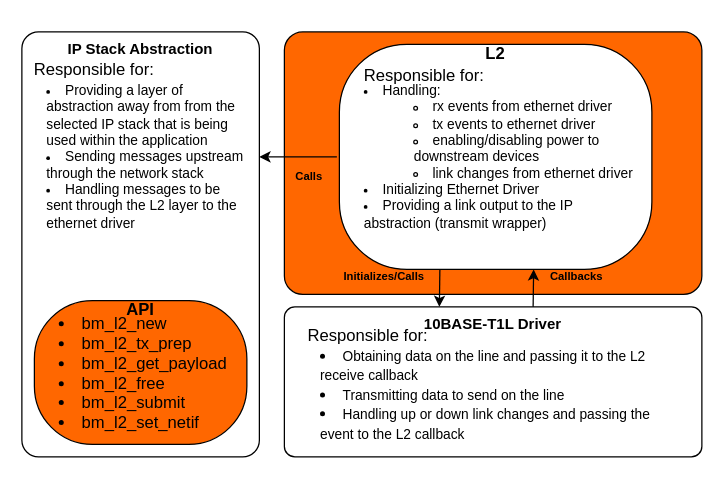
Earlier version of the draw.io diagram docs/reference/l2.drawio (bristlemouth/bm_core). Source tidied: cells renumbered, new cells numbered last; positions are measured from the earlier drawing's top-left corner, leaving out a move shared by most shapes. Both pictures are drawn from the tidied source at 125%, with x=0, y=0 at pixel (21, 21).
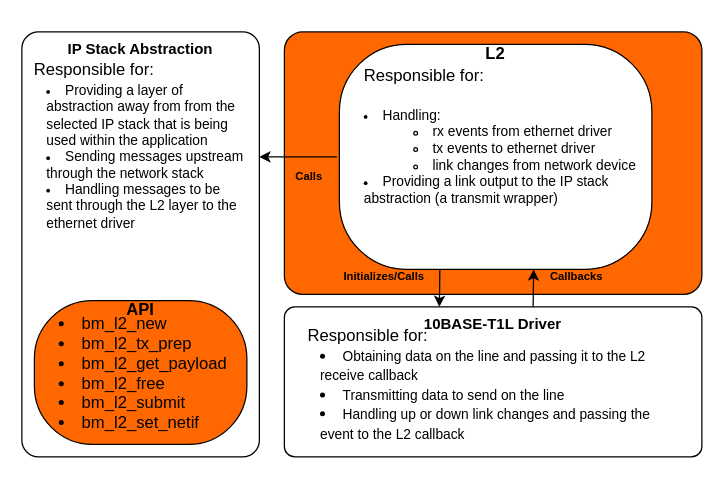
After the change.

Unchanged cells that the change refers to:
```xml
<mxCell id="4" value="L2" style="html=1;overflow=block;blockSpacing=1;whiteSpace=wrap;fontSize=13.3;fontStyle=1;spacing=0;strokeColor=#000000;fillOpacity=100;rounded=1;absoluteArcSize=1;arcSize=108;fillColor=#FFFFFF;strokeWidth=NaN;lucidId=lJpaGHonDv_a;verticalAlign=top;fontColor=#000000;" parent="1" vertex="1">
  <mxGeometry x="254" y="18" width="250" height="180" as="geometry" />
</mxCell>
```

Diff of the diagram source:
```diff
@@
-    <mxCell id="6" value="&lt;ul style=&quot;margin: 0px; padding-left: 10px; list-style-position: inside; list-style-type: disc; font-size: 11px;&quot;&gt;&lt;li style=&quot;text-align: left;&quot;&gt;Handling:&lt;/li&gt;&lt;ul&gt;&lt;li style=&quot;text-align: left;&quot;&gt;rx events from ethernet driver&lt;/li&gt;&lt;li style=&quot;text-align: left;&quot;&gt;tx events to ethernet driver&lt;/li&gt;&lt;li style=&quot;text-align: left;&quot;&gt;enabling/disabling power to downstream devices&lt;/li&gt;&lt;li style=&quot;text-align: left;&quot;&gt;link changes from ethernet driver&lt;/li&gt;&lt;/ul&gt;&lt;li style=&quot;text-align: left;&quot;&gt;&lt;span style=&quot;&quot;&gt;Initializing Ethernet Driver&lt;/span&gt;&lt;/li&gt;&lt;li style=&quot;text-align: left;&quot;&gt;&lt;span style=&quot;&quot;&gt;Providing a link output to the IP abstraction (transmit wrapper)&lt;/span&gt;&lt;/li&gt;&lt;/ul&gt;" style="html=1;overflow=block;blockSpacing=1;whiteSpace=wrap;fontSize=13;spacing=0;strokeColor=none;strokeOpacity=100;fillOpacity=100;rounded=1;absoluteArcSize=1;arcSize=9;fillColor=none;strokeWidth=1.5;lucidId=CVpaMHye50hT;fontColor=#000000;" parent="4" vertex="1">
+    <mxCell id="6" value="&lt;ul style=&quot;margin: 0px; padding-left: 10px; list-style-position: inside; list-style-type: disc; font-size: 11px;&quot;&gt;&lt;li style=&quot;text-align: left;&quot;&gt;Handling:&lt;/li&gt;&lt;ul&gt;&lt;li style=&quot;text-align: left;&quot;&gt;rx events from ethernet driver&lt;/li&gt;&lt;li style=&quot;text-align: left;&quot;&gt;tx events to ethernet driver&lt;/li&gt;&lt;li style=&quot;text-align: left;&quot;&gt;&lt;span style=&quot;background-color: initial;&quot;&gt;link changes from network device&lt;/span&gt;&lt;/li&gt;&lt;/ul&gt;&lt;li style=&quot;text-align: left;&quot;&gt;&lt;span style=&quot;&quot;&gt;Providing a link output to the IP stack abstraction (a transmit wrapper)&lt;/span&gt;&lt;/li&gt;&lt;/ul&gt;" style="html=1;overflow=block;blockSpacing=1;whiteSpace=wrap;fontSize=13;spacing=0;strokeColor=none;strokeOpacity=100;fillOpacity=100;rounded=1;absoluteArcSize=1;arcSize=9;fillColor=none;strokeWidth=1.5;lucidId=CVpaMHye50hT;fontColor=#000000;" parent="4" vertex="1">
       <mxGeometry x="10" y="30" width="230" height="120" as="geometry" />
     </mxCell>
```
